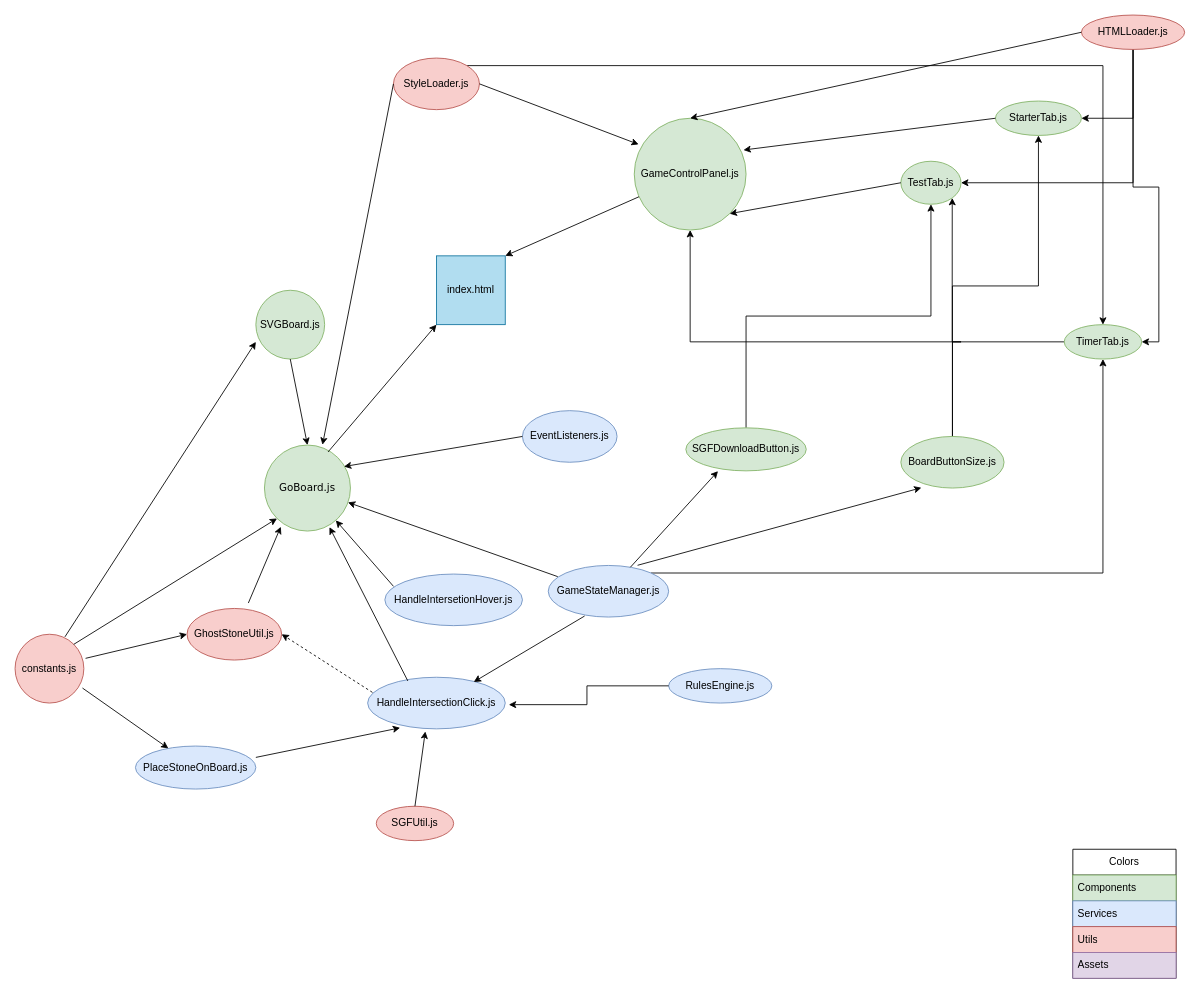
Earlier version of the draw.io diagram WebGo.drawio (enokiLucas/Diagrams). Source tidied: cells renumbered, new cells numbered last; positions are measured from the earlier drawing's top-left corner, leaving out a move shared by most shapes. Both pictures are drawn from the tidied source at 86%, with x=0, y=0 at pixel (15, 15).
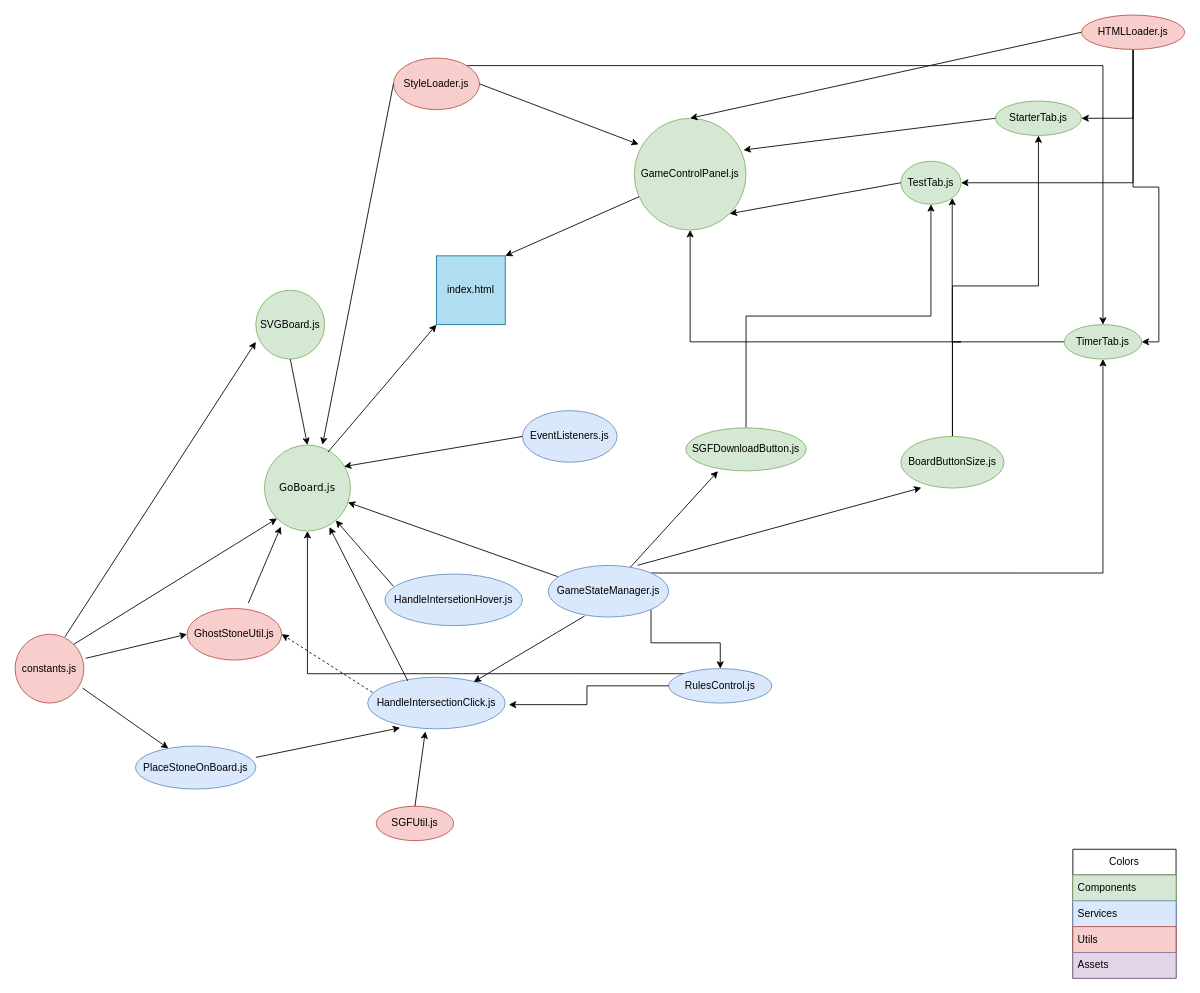
After the change.

The change refers to these unchanged cells:
```xml
<mxCell id="2" value="GoBoard.js" style="ellipse;whiteSpace=wrap;html=1;fillColor=#d5e8d4;strokeColor=#82b366;fontFamily=Verdana;labelBackgroundColor=none;" parent="1" vertex="1">
  <mxGeometry x="290" y="500" width="100" height="100" as="geometry" />
</mxCell>
<mxCell id="28" value="GameStateManager.js" style="ellipse;whiteSpace=wrap;html=1;fillColor=#dae8fc;strokeColor=#6c8ebf;" parent="1" vertex="1">
  <mxGeometry x="620" y="640" width="140" height="60" as="geometry" />
</mxCell>
```

The edit, as a diff of the source:
```diff
@@
+    <mxCell id="60" style="edgeStyle=orthogonalEdgeStyle;rounded=0;jettySize=auto;html=1;exitX=1;exitY=1;exitDx=0;exitDy=0;entryX=0.5;entryY=0;entryDx=0;entryDy=0;" parent="1" edge="1" source="28" target="58">
+      <mxGeometry relative="1" as="geometry" />
+    </mxCell>
@@
+    <mxCell id="61" style="edgeStyle=orthogonalEdgeStyle;rounded=0;jettySize=auto;html=1;exitX=1;exitY=0;exitDx=0;exitDy=0;entryX=0.5;entryY=1;entryDx=0;entryDy=0;" parent="1" edge="1" source="58" target="2">
+      <mxGeometry relative="1" as="geometry" />
+    </mxCell>
-    <mxCell id="58" value="RulesEngine.js" style="ellipse;whiteSpace=wrap;html=1;fillColor=#dae8fc;strokeColor=#6c8ebf;" parent="1" vertex="1">
+    <mxCell id="58" value="RulesControl.js" style="ellipse;whiteSpace=wrap;html=1;fillColor=#dae8fc;strokeColor=#6c8ebf;" parent="1" vertex="1">
       <mxGeometry x="760" y="760" width="120" height="40" as="geometry" />
     </mxCell>
```
